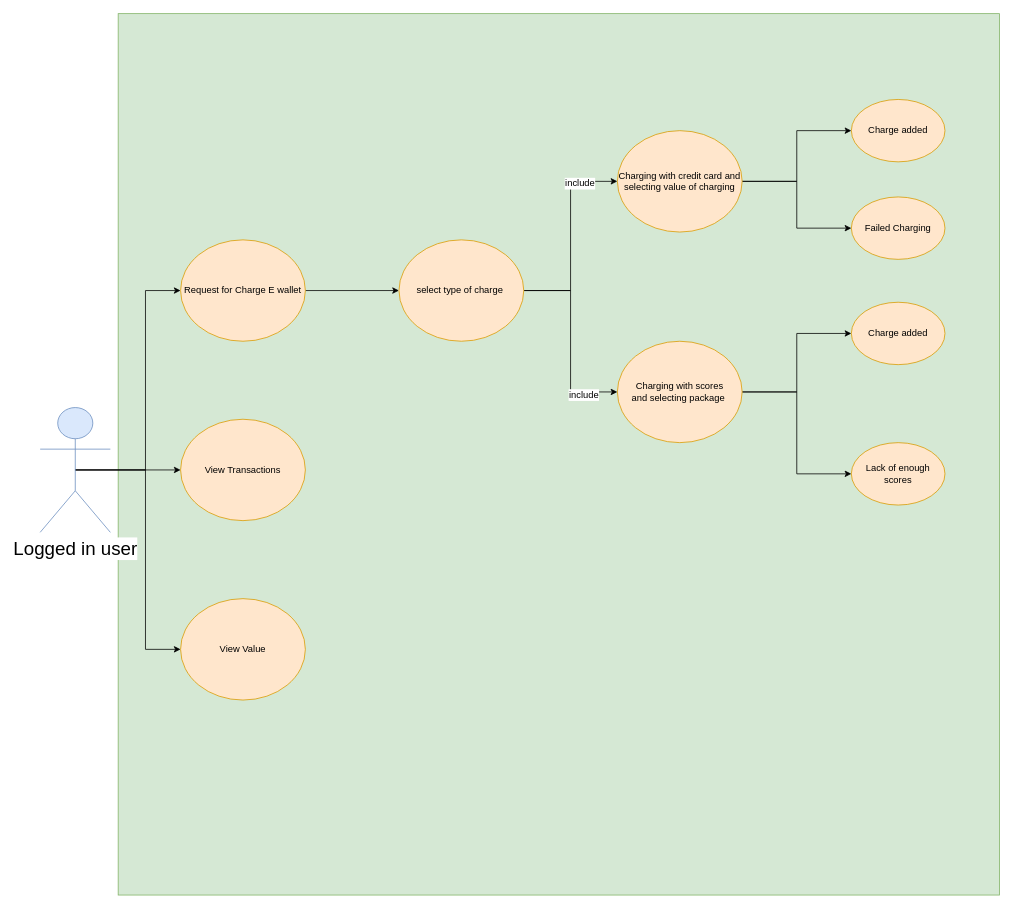
Earlier version of the draw.io diagram Use-case/Ewallet.drawio (kargaranamir/Travelink). Source tidied: cells renumbered, new cells numbered last; positions are measured from the earlier drawing's top-left corner, leaving out a move shared by most shapes. Both pictures are drawn from the tidied source at 78%, with x=0, y=0 at pixel (40, 13).
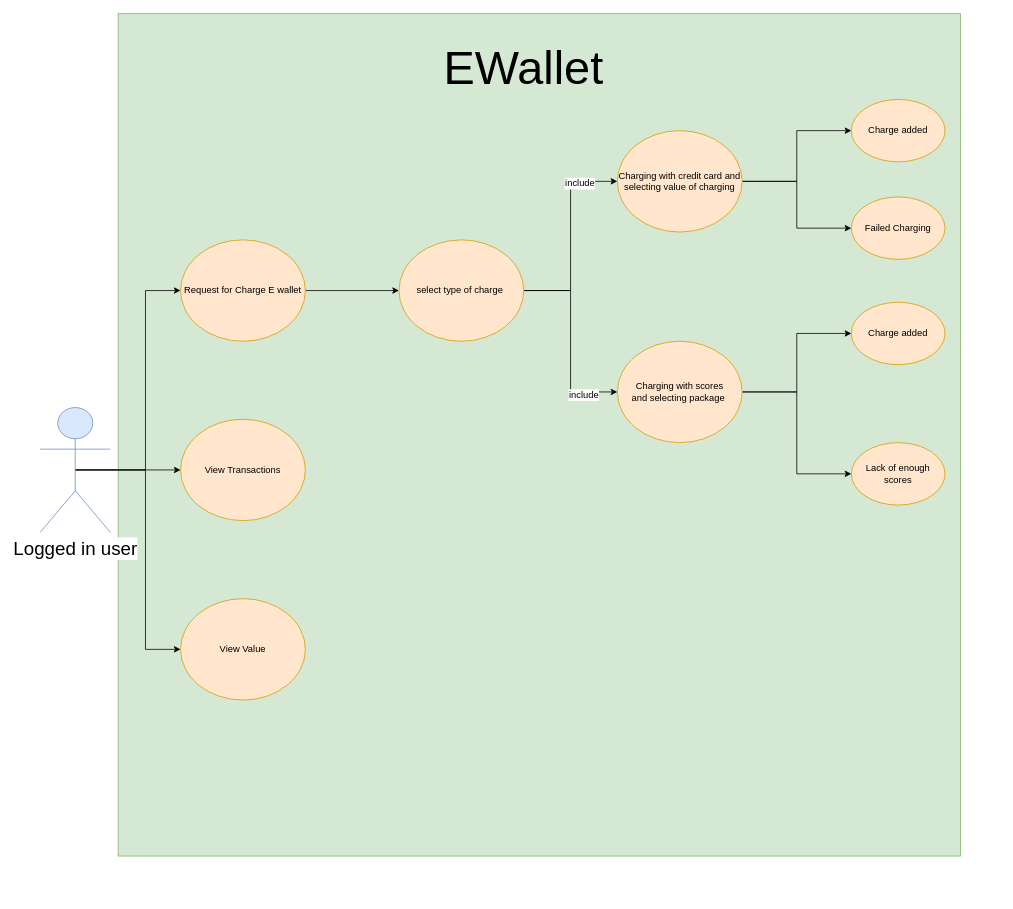
Above is the later version.

The edit, as a diff of the source:
```diff
@@
     <mxCell id="2" style="whiteSpace=wrap;html=1;fillColor=#d5e8d4;strokeColor=#82b366;" parent="1" vertex="1">
-      <mxGeometry x="100" width="1130" height="1130" as="geometry" />
+      <mxGeometry x="100" width="1080" height="1080" as="geometry" />
     </mxCell>
@@
+    <mxCell id="26" value="&lt;font style=&quot;font-size: 60px&quot;&gt;EWallet&lt;/font&gt;" style="text;html=1;strokeColor=none;fillColor=none;align=center;verticalAlign=middle;whiteSpace=wrap;rounded=0;" parent="1" vertex="1">
+      <mxGeometry x="600" y="30" width="40" height="80" as="geometry" />
+    </mxCell>
```
